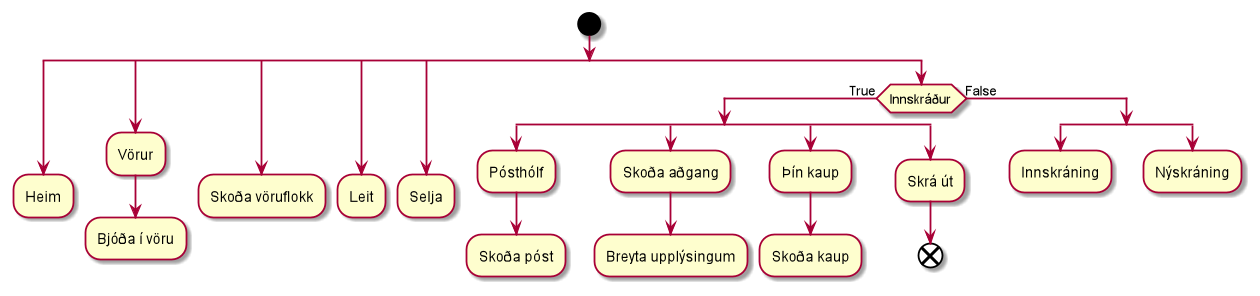
This is navigation_diagram.png from baldurjonsson/T-220-VLN2-design, a PlantUML export, as it was before one commit. Its diagram source:
```plantuml
@startuml
start
split
:Heim;
kill
split again
:Vörur;
:Bjóða í vöru;
kill
split again
:Skoða vöruflokk;
kill
split again
:Leit;
kill
split again
:Selja;
kill
split again
if (Innskráður) then (True)
    split
    :Pósthólf;
    :Skoða póst;
    kill
    split again
    :Skoða aðgang;
    :Breyta upplýsingum;
    kill
    split again
    :Þín kaup;
    :Skoða kaup;
    kill
    split again
    :Skrá út;
    end
    end split
else (False)
    split
    :Innskráning;
    kill
    split again
    :Nýskráning;
    kill
    end split
@enduml
```
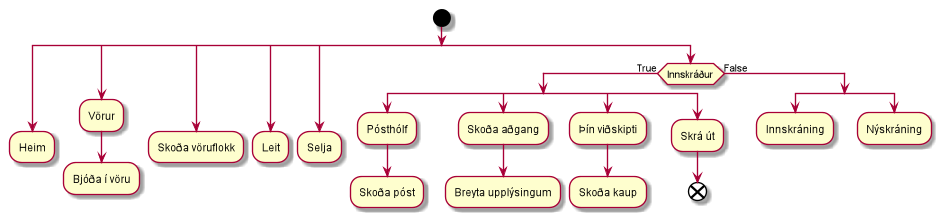
The same file after the commit.

The edit, as a diff of the source:
```diff
@@ -27,7 +27,7 @@
     :Breyta upplýsingum;
     kill
     split again
-    :Þín kaup;
+    :Þín viðskipti;
     :Skoða kaup;
     kill
     split again
```
